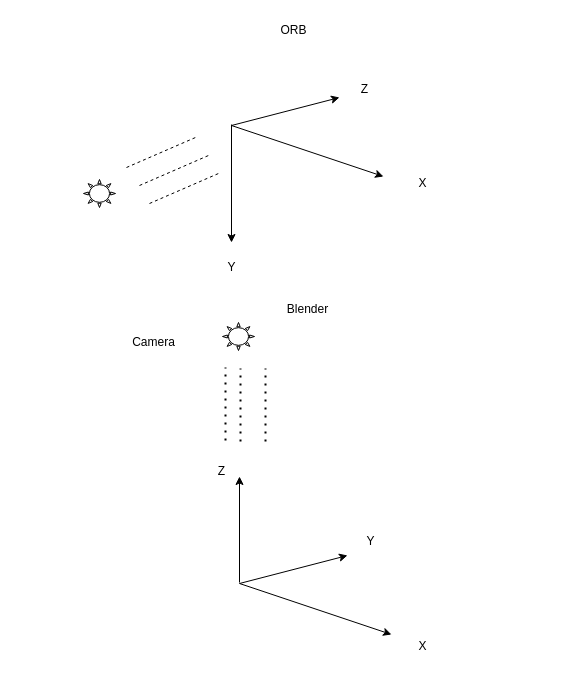
chenjiahes/small_module keeps this draw.io diagram as ORB&Blender.drawio. Above is the earlier version. Source tidied: cells renumbered, new cells numbered last; positions are measured from the earlier drawing's top-left corner, leaving out a move shared by most shapes. Both pictures are drawn from the tidied source at 100%, with x=0, y=0 at pixel (83, 17).
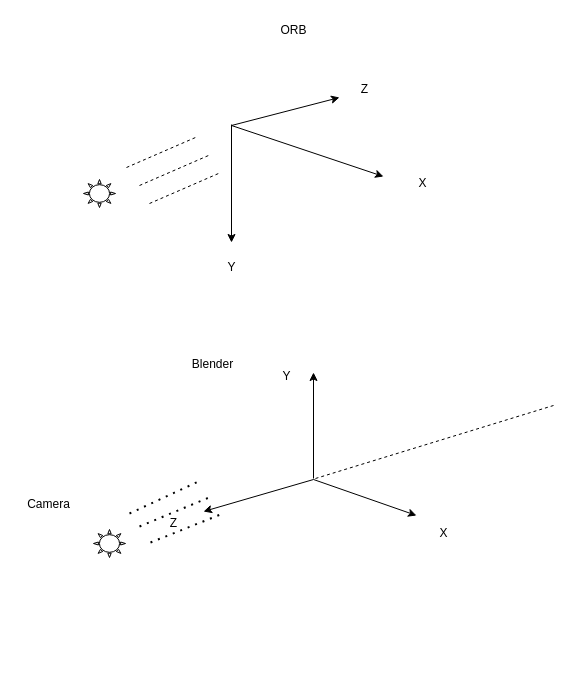
After the change.

What changed in the source:
```diff
@@
     <mxCell id="9" style="endArrow=classic;html=1;rounded=0;" parent="1" edge="1">
       <mxGeometry relative="1" as="geometry">
-        <mxPoint x="156" y="566" as="sourcePoint" />
-        <mxPoint x="264" y="538" as="targetPoint" />
+        <mxPoint x="230" y="462" as="sourcePoint" />
+        <mxPoint x="120" y="494" as="targetPoint" />
       </mxGeometry>
     </mxCell>
     <mxCell id="10" style="endArrow=classic;html=1;rounded=0;" parent="1" edge="1">
       <mxGeometry relative="1" as="geometry">
-        <mxPoint x="156" y="566" as="sourcePoint" />
-        <mxPoint x="308" y="617" as="targetPoint" />
+        <mxPoint x="230" y="462" as="sourcePoint" />
+        <mxPoint x="333" y="498" as="targetPoint" />
       </mxGeometry>
     </mxCell>
     <mxCell id="11" style="endArrow=classic;html=1;rounded=0;" parent="1" edge="1">
       <mxGeometry relative="1" as="geometry">
-        <mxPoint x="156" y="565" as="sourcePoint" />
-        <mxPoint x="156" y="459" as="targetPoint" />
+        <mxPoint x="230" y="461" as="sourcePoint" />
+        <mxPoint x="230" y="355" as="targetPoint" />
       </mxGeometry>
     </mxCell>
     <mxCell id="12" value="Z" style="text;html=1;align=center;verticalAlign=middle;strokeColor=none;fillColor=none;" parent="1" vertex="1">
-      <mxGeometry x="125" y="441" width="25" height="26" as="geometry" />
+      <mxGeometry x="77.5" y="493" width="25" height="26" as="geometry" />
     </mxCell>
     <mxCell id="13" value="Blender" style="text;html=1;align=center;verticalAlign=middle;strokeColor=none;fillColor=none;" parent="1" vertex="1">
-      <mxGeometry x="194" y="279" width="59" height="26" as="geometry" />
+      <mxGeometry x="99.5" y="334" width="59" height="26" as="geometry" />
     </mxCell>
     <mxCell id="14" value="X" style="text;html=1;align=center;verticalAlign=middle;strokeColor=none;fillColor=none;" parent="1" vertex="1">
-      <mxGeometry x="326" y="616" width="26" height="26" as="geometry" />
+      <mxGeometry x="347" y="503" width="26" height="26" as="geometry" />
     </mxCell>
@@
     <mxCell id="19" value="Y" style="text;html=1;align=center;verticalAlign=middle;strokeColor=none;fillColor=none;" parent="1" vertex="1">
-      <mxGeometry x="274" y="511" width="26" height="26" as="geometry" />
+      <mxGeometry x="190" y="346" width="26" height="26" as="geometry" />
     </mxCell>
     <mxCell id="20" style="verticalLabelPosition=bottom;verticalAlign=top;html=1;shape=mxgraph.basic.sun;" parent="1" vertex="1">
-      <mxGeometry x="139" y="305" width="32" height="28" as="geometry" />
+      <mxGeometry x="10" y="512" width="32" height="28" as="geometry" />
     </mxCell>
     <mxCell id="21" style="endArrow=none;dashed=1;html=1;dashPattern=1 3;strokeWidth=2;rounded=0;" parent="1" edge="1">
       <mxGeometry relative="1" as="geometry">
-        <mxPoint x="142" y="423" as="sourcePoint" />
-        <mxPoint x="142" y="350" as="targetPoint" />
+        <mxPoint x="46" y="496" as="sourcePoint" />
+        <mxPoint x="115" y="464" as="targetPoint" />
       </mxGeometry>
     </mxCell>
     <mxCell id="22" style="endArrow=none;dashed=1;html=1;dashPattern=1 3;strokeWidth=2;rounded=0;" parent="1" edge="1">
       <mxGeometry relative="1" as="geometry">
-        <mxPoint x="157" y="424" as="sourcePoint" />
-        <mxPoint x="157" y="351" as="targetPoint" />
+        <mxPoint x="56" y="509" as="sourcePoint" />
+        <mxPoint x="128" y="479" as="targetPoint" />
       </mxGeometry>
     </mxCell>
     <mxCell id="23" style="endArrow=none;dashed=1;html=1;dashPattern=1 3;strokeWidth=2;rounded=0;" parent="1" edge="1">
       <mxGeometry relative="1" as="geometry">
-        <mxPoint x="182" y="424" as="sourcePoint" />
-        <mxPoint x="182" y="351" as="targetPoint" />
+        <mxPoint x="67" y="525" as="sourcePoint" />
+        <mxPoint x="137" y="497" as="targetPoint" />
       </mxGeometry>
     </mxCell>
     <mxCell id="24" value="Camera" style="text;html=1;align=center;verticalAlign=middle;strokeColor=none;fillColor=none;" parent="1" vertex="1">
-      <mxGeometry x="39" y="312" width="61" height="26" as="geometry" />
+      <mxGeometry x="-66" y="474" width="61" height="26" as="geometry" />
     </mxCell>
+    <mxCell id="25" style="endArrow=none;dashed=1;html=1;rounded=0;" parent="1" edge="1">
+      <mxGeometry relative="1" as="geometry">
+        <mxPoint x="232" y="461" as="sourcePoint" />
+        <mxPoint x="470" y="388" as="targetPoint" />
+      </mxGeometry>
+    </mxCell>
```
